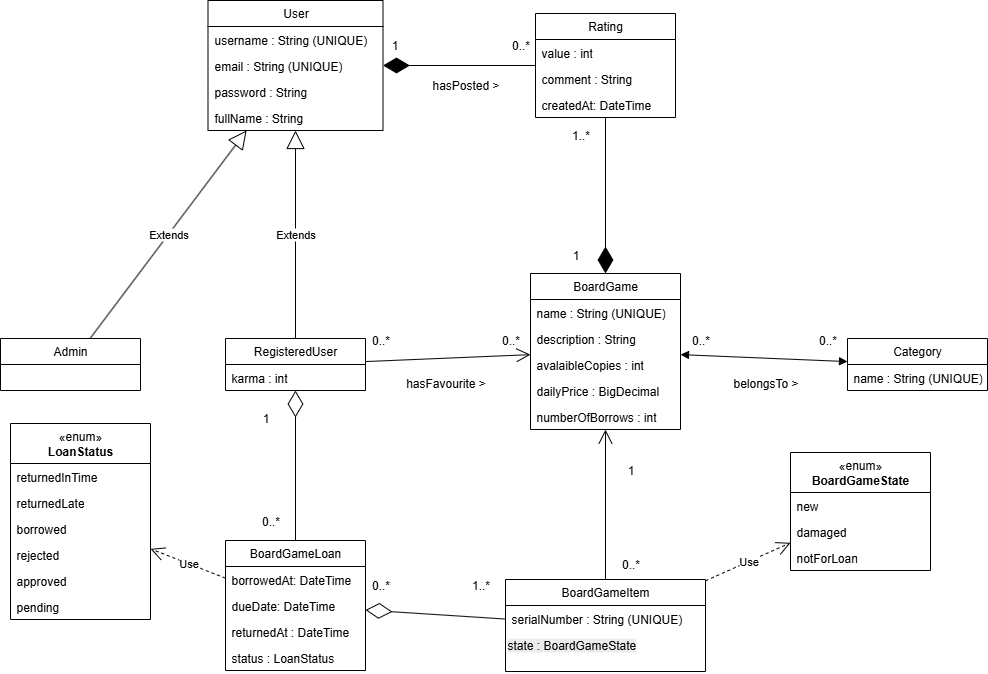
Above: classDiagram.png in alfacentaur1/api-board-game-rental (draw.io), before the change. Source tidied: cells renumbered, new cells last; positions are measured from the earlier drawing's top-left corner, leaving out a move shared by most shapes.
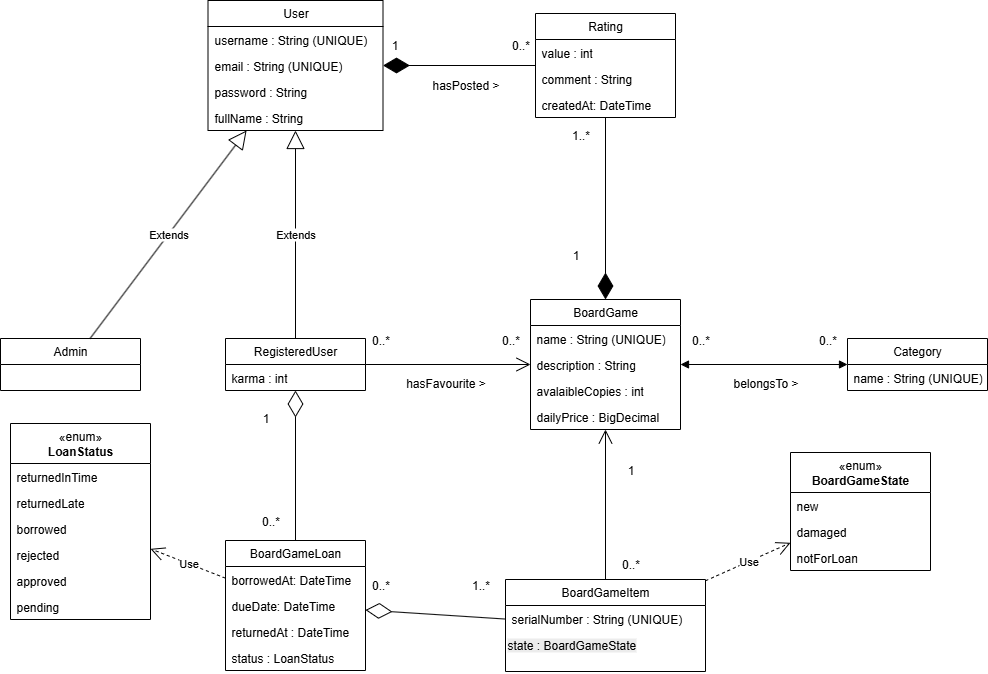
After the change.

The edit, as a diff of the source:
```diff
@@ -90,7 +90,7 @@
       <mxGeometry y="104" width="175" height="26" as="geometry" />
     </mxCell>
     <mxCell id="31" value="BoardGame" style="swimlane;fontStyle=0;horizontal=1;startSize=26;fillColor=none;whiteSpace=wrap;html=1;" parent="1" vertex="1">
-      <mxGeometry x="530" y="273" width="150" height="156" as="geometry" />
+      <mxGeometry x="530" y="299" width="150" height="130" as="geometry" />
     </mxCell>
     <mxCell id="32" value="name : String (UNIQUE)" style="text;strokeColor=none;fillColor=none;align=left;verticalAlign=top;spacingLeft=4;spacingRight=4;overflow=hidden;whiteSpace=wrap;html=1;" parent="31" vertex="1">
       <mxGeometry y="26" width="150" height="26" as="geometry" />
@@ -104,9 +104,6 @@
     <mxCell id="35" value="dailyPrice : BigDecimal" style="text;strokeColor=none;fillColor=none;align=left;verticalAlign=top;spacingLeft=4;spacingRight=4;overflow=hidden;whiteSpace=wrap;html=1;" parent="31" vertex="1">
       <mxGeometry y="104" width="150" height="26" as="geometry" />
     </mxCell>
-    <mxCell id="36" value="numberOfBorrows : int" style="text;strokeColor=none;fillColor=none;align=left;verticalAlign=top;spacingLeft=4;spacingRight=4;overflow=hidden;whiteSpace=wrap;html=1;" parent="31" vertex="1">
-      <mxGeometry y="130" width="150" height="26" as="geometry" />
-    </mxCell>
     <mxCell id="37" value="Category" style="swimlane;fontStyle=0;horizontal=1;startSize=26;fillColor=none;whiteSpace=wrap;html=1;" parent="1" vertex="1">
       <mxGeometry x="847" y="338" width="140" height="52" as="geometry" />
     </mxCell>
```
